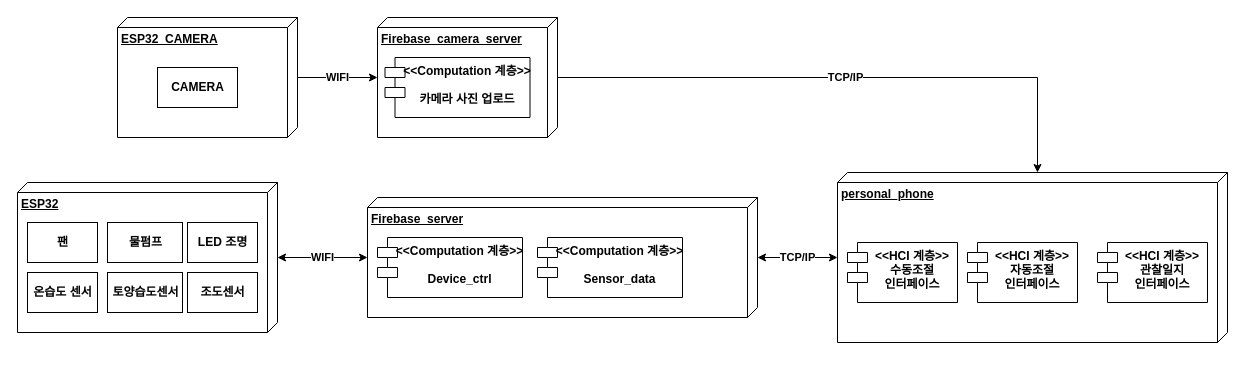
Earlier version of the draw.io diagram 구조설계/배치다이어그램.drawio (sonmyungwon/Software-Development). Source tidied: cells renumbered, new cells numbered last; positions are measured from the earlier drawing's top-left corner, leaving out a move shared by most shapes. Both pictures are drawn from the tidied source at 100%, with x=0, y=0 at pixel (17, 17).
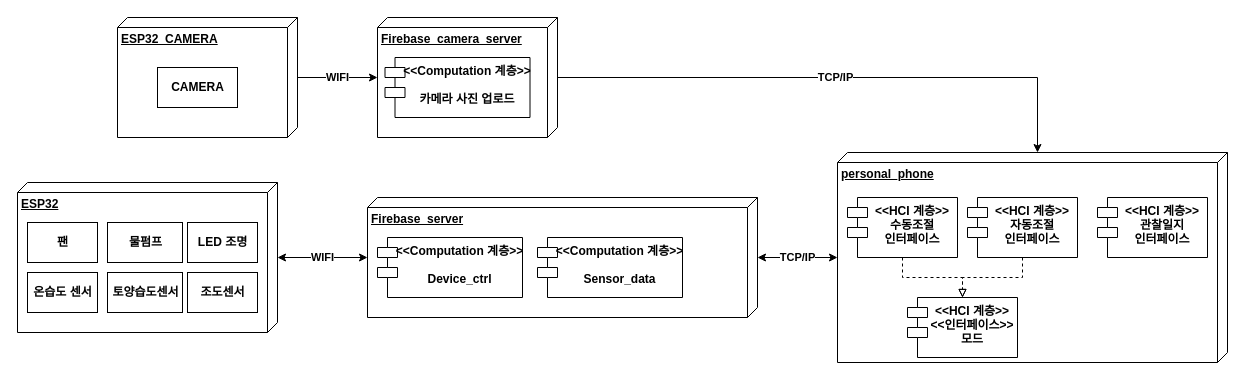
The same page after the edit.

Commit message:
배치다이어그램.drawio 업데이트

Diff of the diagram source:
```diff
@@
     <mxCell id="21" style="group;fontStyle=1;" parent="1" vertex="1">
-      <mxGeometry x="820" y="155" width="390" height="170" as="geometry" />
+      <mxGeometry x="820" y="155" width="390" height="190" as="geometry" />
     </mxCell>
     <mxCell id="22" value="personal_phone" style="verticalAlign=top;align=left;spacingTop=8;spacingLeft=2;spacingRight=12;shape=cube;size=10;direction=south;fontStyle=5;html=1;" parent="21" vertex="1">
-      <mxGeometry width="390" height="170" as="geometry" />
+      <mxGeometry y="-20" width="390" height="210" as="geometry" />
     </mxCell>
+    <mxCell id="26" style="edgeStyle=orthogonalEdgeStyle;rounded=0;jettySize=auto;html=1;exitX=0.5;exitY=1;exitDx=0;exitDy=0;entryX=0.5;entryY=0;entryDx=0;entryDy=0;endArrow=block;endFill=0;dashed=1;" parent="21" edge="1" source="23" target="28">
+      <mxGeometry relative="1" as="geometry" />
+    </mxCell>
     <mxCell id="23" value="&lt;&lt;HCI 계층&gt;&gt;&#10;수동조절 &#10;인터페이스" style="shape=module;align=left;spacingLeft=20;align=center;verticalAlign=top;fontStyle=1;" parent="21" vertex="1">
-      <mxGeometry x="10" y="70" width="110" height="60" as="geometry" />
+      <mxGeometry x="10" y="25" width="110" height="60" as="geometry" />
     </mxCell>
+    <mxCell id="27" style="edgeStyle=orthogonalEdgeStyle;rounded=0;jettySize=auto;html=1;exitX=0.5;exitY=1;exitDx=0;exitDy=0;entryX=0.5;entryY=0;entryDx=0;entryDy=0;dashed=1;endArrow=block;endFill=0;" parent="21" edge="1" source="24" target="28">
+      <mxGeometry relative="1" as="geometry" />
+    </mxCell>
     <mxCell id="24" value="&lt;&lt;HCI 계층&gt;&gt;&#10;자동조절 &#10;인터페이스" style="shape=module;align=left;spacingLeft=20;align=center;verticalAlign=top;fontStyle=1;" parent="21" vertex="1">
-      <mxGeometry x="130" y="70" width="110" height="60" as="geometry" />
+      <mxGeometry x="130" y="25" width="110" height="60" as="geometry" />
     </mxCell>
     <mxCell id="25" value="&lt;&lt;HCI 계층&gt;&gt;&#10;관찰일지&#10;인터페이스" style="shape=module;align=left;spacingLeft=20;align=center;verticalAlign=top;fontStyle=1;" parent="21" vertex="1">
-      <mxGeometry x="260" y="70" width="110" height="60" as="geometry" />
+      <mxGeometry x="260" y="25" width="110" height="60" as="geometry" />
     </mxCell>
+    <mxCell id="28" value="&lt;&lt;HCI 계층&gt;&gt;&#10;&lt;&lt;인터페이스&gt;&gt;&#10;모드" style="shape=module;align=left;spacingLeft=20;align=center;verticalAlign=top;fontStyle=1;" parent="21" vertex="1">
+      <mxGeometry x="70" y="125" width="110" height="60" as="geometry" />
+    </mxCell>
```
